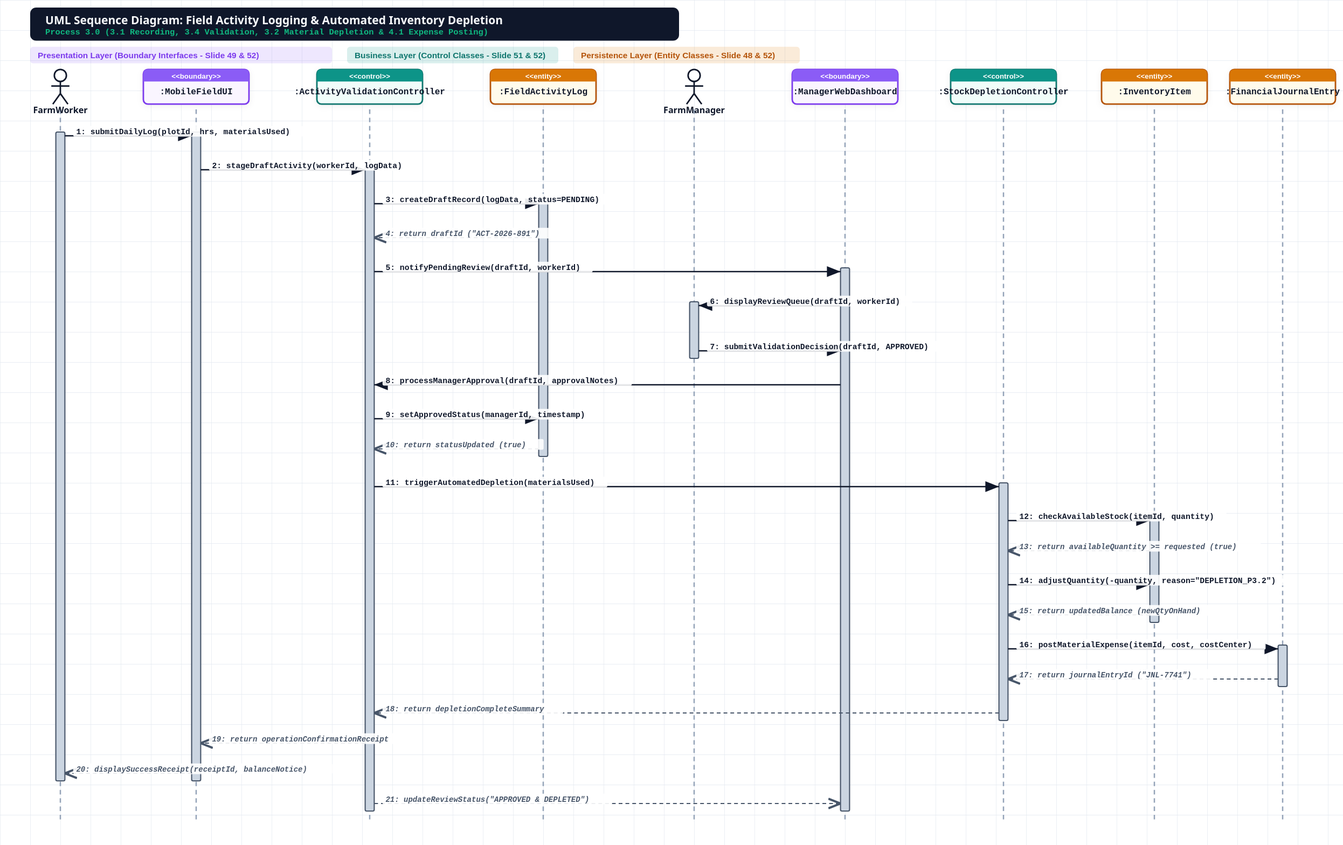
The draw.io diagram diagrams/Sequence_Diagram.svg in frhetto/Farm-Inventory-Manager, before a commit. Source tidied: cells renumbered, new cells last; positions are measured from the earlier drawing's top-left corner, leaving out a move shared by most shapes.
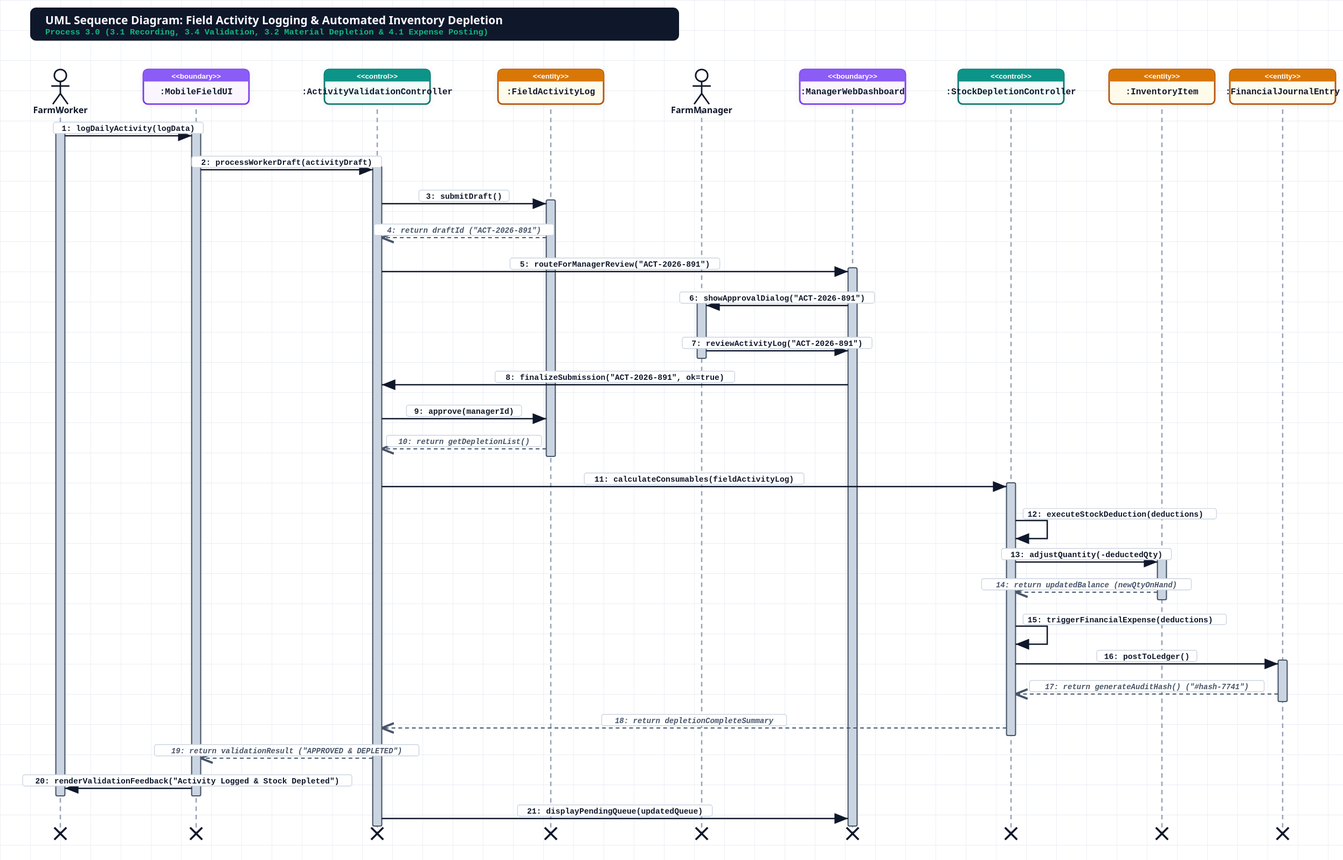
The same diagram one commit later.

Diff of the diagram source:
```diff
@@ -3,45 +3,45 @@
     <mxCell id="0" />
     <mxCell id="1" parent="0" />
     <mxCell id="2" value="FarmWorker" style="shape=umlLifeline;perimeter=lifelinePerimeter;whiteSpace=wrap;html=1;" parent="1" vertex="1">
-      <mxGeometry width="100" height="1000" as="geometry" />
+      <mxGeometry x="-10" width="100" height="1020" as="geometry" />
     </mxCell>
     <mxCell id="3" value=":MobileFieldUI" style="shape=umlLifeline;perimeter=lifelinePerimeter;whiteSpace=wrap;html=1;" parent="1" vertex="1">
-      <mxGeometry x="180" width="100" height="1000" as="geometry" />
+      <mxGeometry x="170" width="100" height="1020" as="geometry" />
     </mxCell>
     <mxCell id="4" value=":ActivityValidationController" style="shape=umlLifeline;perimeter=lifelinePerimeter;whiteSpace=wrap;html=1;" parent="1" vertex="1">
-      <mxGeometry x="410" width="100" height="1000" as="geometry" />
+      <mxGeometry x="410" width="100" height="1020" as="geometry" />
     </mxCell>
     <mxCell id="5" value=":FieldActivityLog" style="shape=umlLifeline;perimeter=lifelinePerimeter;whiteSpace=wrap;html=1;" parent="1" vertex="1">
-      <mxGeometry x="640" width="100" height="1000" as="geometry" />
+      <mxGeometry x="640" width="100" height="1020" as="geometry" />
     </mxCell>
     <mxCell id="6" value="FarmManager" style="shape=umlLifeline;perimeter=lifelinePerimeter;whiteSpace=wrap;html=1;" parent="1" vertex="1">
-      <mxGeometry x="840" width="100" height="1000" as="geometry" />
+      <mxGeometry x="840" width="100" height="1020" as="geometry" />
     </mxCell>
     <mxCell id="7" value=":ManagerWebDashboard" style="shape=umlLifeline;perimeter=lifelinePerimeter;whiteSpace=wrap;html=1;" parent="1" vertex="1">
-      <mxGeometry x="1040" width="100" height="1000" as="geometry" />
+      <mxGeometry x="1040" width="100" height="1020" as="geometry" />
     </mxCell>
     <mxCell id="8" value=":StockDepletionController" style="shape=umlLifeline;perimeter=lifelinePerimeter;whiteSpace=wrap;html=1;" parent="1" vertex="1">
-      <mxGeometry x="1250" width="100" height="1000" as="geometry" />
+      <mxGeometry x="1250" width="100" height="1020" as="geometry" />
     </mxCell>
     <mxCell id="9" value=":InventoryItem" style="shape=umlLifeline;perimeter=lifelinePerimeter;whiteSpace=wrap;html=1;" parent="1" vertex="1">
-      <mxGeometry x="1450" width="100" height="1000" as="geometry" />
+      <mxGeometry x="1450" width="100" height="1020" as="geometry" />
     </mxCell>
     <mxCell id="10" value=":FinancialJournalEntry" style="shape=umlLifeline;perimeter=lifelinePerimeter;whiteSpace=wrap;html=1;" parent="1" vertex="1">
-      <mxGeometry x="1620" width="100" height="1000" as="geometry" />
+      <mxGeometry x="1610" width="100" height="1020" as="geometry" />
     </mxCell>
-    <mxCell id="11" value="1: submitDailyLog(plotId, hrs, materialsUsed)" style="edgeStyle=orthogonalEdgeStyle;rounded=0;orthogonalLoop=1;jettySize=auto;html=1;endArrow=block;strokeWidth=2;" parent="1" edge="1">
+    <mxCell id="11" value="1: logDailyActivity(logData)" style="edgeStyle=orthogonalEdgeStyle;rounded=0;orthogonalLoop=1;jettySize=auto;html=1;endArrow=block;strokeWidth=2;" parent="1" edge="1">
       <mxGeometry relative="1" as="geometry">
-        <mxPoint x="50" y="90" as="sourcePoint" />
-        <mxPoint x="230" y="90" as="targetPoint" />
+        <mxPoint x="40" y="90" as="sourcePoint" />
+        <mxPoint x="220" y="90" as="targetPoint" />
       </mxGeometry>
     </mxCell>
-    <mxCell id="12" value="2: stageDraftActivity(workerId, logData)" style="edgeStyle=orthogonalEdgeStyle;rounded=0;orthogonalLoop=1;jettySize=auto;html=1;endArrow=block;strokeWidth=2;" parent="1" edge="1">
+    <mxCell id="12" value="2: processWorkerDraft(activityDraft)" style="edgeStyle=orthogonalEdgeStyle;rounded=0;orthogonalLoop=1;jettySize=auto;html=1;endArrow=block;strokeWidth=2;" parent="1" edge="1">
       <mxGeometry relative="1" as="geometry">
-        <mxPoint x="230" y="135" as="sourcePoint" />
+        <mxPoint x="220" y="135" as="sourcePoint" />
         <mxPoint x="460" y="135" as="targetPoint" />
       </mxGeometry>
     </mxCell>
-    <mxCell id="13" value="3: createDraftRecord(logData, status=PENDING)" style="edgeStyle=orthogonalEdgeStyle;rounded=0;orthogonalLoop=1;jettySize=auto;html=1;endArrow=block;strokeWidth=2;" parent="1" edge="1">
+    <mxCell id="13" value="3: submitDraft()" style="edgeStyle=orthogonalEdgeStyle;rounded=0;orthogonalLoop=1;jettySize=auto;html=1;endArrow=block;strokeWidth=2;" parent="1" edge="1">
       <mxGeometry relative="1" as="geometry">
         <mxPoint x="460" y="180" as="sourcePoint" />
         <mxPoint x="690" y="180" as="targetPoint" />
@@ -53,106 +53,106 @@
         <mxPoint x="460" y="225" as="targetPoint" />
       </mxGeometry>
     </mxCell>
-    <mxCell id="15" value="5: notifyPendingReview(draftId, workerId)" style="edgeStyle=orthogonalEdgeStyle;rounded=0;orthogonalLoop=1;jettySize=auto;html=1;endArrow=block;strokeWidth=2;" parent="1" edge="1">
+    <mxCell id="15" value="5: routeForManagerReview(&quot;ACT-2026-891&quot;)" style="edgeStyle=orthogonalEdgeStyle;rounded=0;orthogonalLoop=1;jettySize=auto;html=1;endArrow=block;strokeWidth=2;" parent="1" edge="1">
       <mxGeometry relative="1" as="geometry">
         <mxPoint x="460" y="270" as="sourcePoint" />
         <mxPoint x="1090" y="270" as="targetPoint" />
       </mxGeometry>
     </mxCell>
-    <mxCell id="16" value="6: displayReviewQueue(draftId, workerId)" style="edgeStyle=orthogonalEdgeStyle;rounded=0;orthogonalLoop=1;jettySize=auto;html=1;endArrow=block;strokeWidth=2;" parent="1" edge="1">
+    <mxCell id="16" value="6: showApprovalDialog(&quot;ACT-2026-891&quot;)" style="edgeStyle=orthogonalEdgeStyle;rounded=0;orthogonalLoop=1;jettySize=auto;html=1;endArrow=block;strokeWidth=2;" parent="1" edge="1">
       <mxGeometry relative="1" as="geometry">
         <mxPoint x="1090" y="315" as="sourcePoint" />
         <mxPoint x="890" y="315" as="targetPoint" />
       </mxGeometry>
     </mxCell>
-    <mxCell id="17" value="7: submitValidationDecision(draftId, APPROVED)" style="edgeStyle=orthogonalEdgeStyle;rounded=0;orthogonalLoop=1;jettySize=auto;html=1;endArrow=block;strokeWidth=2;" parent="1" edge="1">
+    <mxCell id="17" value="7: reviewActivityLog(&quot;ACT-2026-891&quot;)" style="edgeStyle=orthogonalEdgeStyle;rounded=0;orthogonalLoop=1;jettySize=auto;html=1;endArrow=block;strokeWidth=2;" parent="1" edge="1">
       <mxGeometry relative="1" as="geometry">
         <mxPoint x="890" y="375" as="sourcePoint" />
         <mxPoint x="1090" y="375" as="targetPoint" />
       </mxGeometry>
     </mxCell>
-    <mxCell id="18" value="8: processManagerApproval(draftId, approvalNotes)" style="edgeStyle=orthogonalEdgeStyle;rounded=0;orthogonalLoop=1;jettySize=auto;html=1;endArrow=block;strokeWidth=2;" parent="1" edge="1">
+    <mxCell id="18" value="8: finalizeSubmission(&quot;ACT-2026-891&quot;, ok=true)" style="edgeStyle=orthogonalEdgeStyle;rounded=0;orthogonalLoop=1;jettySize=auto;html=1;endArrow=block;strokeWidth=2;" parent="1" edge="1">
       <mxGeometry relative="1" as="geometry">
         <mxPoint x="1090" y="420" as="sourcePoint" />
         <mxPoint x="460" y="420" as="targetPoint" />
       </mxGeometry>
     </mxCell>
-    <mxCell id="19" value="9: setApprovedStatus(managerId, timestamp)" style="edgeStyle=orthogonalEdgeStyle;rounded=0;orthogonalLoop=1;jettySize=auto;html=1;endArrow=block;strokeWidth=2;" parent="1" edge="1">
+    <mxCell id="19" value="9: approve(managerId)" style="edgeStyle=orthogonalEdgeStyle;rounded=0;orthogonalLoop=1;jettySize=auto;html=1;endArrow=block;strokeWidth=2;" parent="1" edge="1">
       <mxGeometry relative="1" as="geometry">
         <mxPoint x="460" y="465" as="sourcePoint" />
         <mxPoint x="690" y="465" as="targetPoint" />
       </mxGeometry>
     </mxCell>
-    <mxCell id="20" value="10: return statusUpdated (true)" style="edgeStyle=orthogonalEdgeStyle;rounded=0;orthogonalLoop=1;jettySize=auto;html=1;endArrow=open;dashed=1;strokeWidth=1.5;" parent="1" edge="1">
+    <mxCell id="20" value="10: return getDepletionList()" style="edgeStyle=orthogonalEdgeStyle;rounded=0;orthogonalLoop=1;jettySize=auto;html=1;endArrow=open;dashed=1;strokeWidth=1.5;" parent="1" edge="1">
       <mxGeometry relative="1" as="geometry">
         <mxPoint x="690" y="505" as="sourcePoint" />
         <mxPoint x="460" y="505" as="targetPoint" />
       </mxGeometry>
     </mxCell>
-    <mxCell id="21" value="11: triggerAutomatedDepletion(materialsUsed)" style="edgeStyle=orthogonalEdgeStyle;rounded=0;orthogonalLoop=1;jettySize=auto;html=1;endArrow=block;strokeWidth=2;" parent="1" edge="1">
+    <mxCell id="21" value="11: calculateConsumables(fieldActivityLog)" style="edgeStyle=orthogonalEdgeStyle;rounded=0;orthogonalLoop=1;jettySize=auto;html=1;endArrow=block;strokeWidth=2;" parent="1" edge="1">
       <mxGeometry relative="1" as="geometry">
         <mxPoint x="460" y="555" as="sourcePoint" />
         <mxPoint x="1300" y="555" as="targetPoint" />
       </mxGeometry>
     </mxCell>
-    <mxCell id="22" value="12: checkAvailableStock(itemId, quantity)" style="edgeStyle=orthogonalEdgeStyle;rounded=0;orthogonalLoop=1;jettySize=auto;html=1;endArrow=block;strokeWidth=2;" parent="1" edge="1">
+    <mxCell id="22" value="12: executeStockDeduction(deductions)" style="edgeStyle=orthogonalEdgeStyle;rounded=0;orthogonalLoop=1;jettySize=auto;html=1;endArrow=open;dashed=1;strokeWidth=1.5;" parent="1" edge="1">
       <mxGeometry relative="1" as="geometry">
         <mxPoint x="1300" y="600" as="sourcePoint" />
-        <mxPoint x="1500" y="600" as="targetPoint" />
+        <mxPoint x="1300" y="600" as="targetPoint" />
       </mxGeometry>
     </mxCell>
-    <mxCell id="23" value="13: return availableQuantity &gt;= requested (true)" style="edgeStyle=orthogonalEdgeStyle;rounded=0;orthogonalLoop=1;jettySize=auto;html=1;endArrow=open;dashed=1;strokeWidth=1.5;" parent="1" edge="1">
+    <mxCell id="23" value="13: adjustQuantity(-deductedQty)" style="edgeStyle=orthogonalEdgeStyle;rounded=0;orthogonalLoop=1;jettySize=auto;html=1;endArrow=block;strokeWidth=2;" parent="1" edge="1">
       <mxGeometry relative="1" as="geometry">
-        <mxPoint x="1500" y="640" as="sourcePoint" />
-        <mxPoint x="1300" y="640" as="targetPoint" />
+        <mxPoint x="1300" y="655" as="sourcePoint" />
+        <mxPoint x="1500" y="655" as="targetPoint" />
       </mxGeometry>
     </mxCell>
-    <mxCell id="24" value="14: adjustQuantity(-quantity, reason=&quot;DEPLETION_P3.2&quot;)" style="edgeStyle=orthogonalEdgeStyle;rounded=0;orthogonalLoop=1;jettySize=auto;html=1;endArrow=block;strokeWidth=2;" parent="1" edge="1">
+    <mxCell id="24" value="14: return updatedBalance (newQtyOnHand)" style="edgeStyle=orthogonalEdgeStyle;rounded=0;orthogonalLoop=1;jettySize=auto;html=1;endArrow=open;dashed=1;strokeWidth=1.5;" parent="1" edge="1">
       <mxGeometry relative="1" as="geometry">
-        <mxPoint x="1300" y="685" as="sourcePoint" />
-        <mxPoint x="1500" y="685" as="targetPoint" />
+        <mxPoint x="1500" y="695" as="sourcePoint" />
+        <mxPoint x="1300" y="695" as="targetPoint" />
       </mxGeometry>
     </mxCell>
-    <mxCell id="25" value="15: return updatedBalance (newQtyOnHand)" style="edgeStyle=orthogonalEdgeStyle;rounded=0;orthogonalLoop=1;jettySize=auto;html=1;endArrow=open;dashed=1;strokeWidth=1.5;" parent="1" edge="1">
+    <mxCell id="25" value="15: triggerFinancialExpense(deductions)" style="edgeStyle=orthogonalEdgeStyle;rounded=0;orthogonalLoop=1;jettySize=auto;html=1;endArrow=open;dashed=1;strokeWidth=1.5;" parent="1" edge="1">
       <mxGeometry relative="1" as="geometry">
-        <mxPoint x="1500" y="725" as="sourcePoint" />
-        <mxPoint x="1300" y="725" as="targetPoint" />
+        <mxPoint x="1300" y="740" as="sourcePoint" />
+        <mxPoint x="1300" y="740" as="targetPoint" />
       </mxGeometry>
     </mxCell>
-    <mxCell id="26" value="16: postMaterialExpense(itemId, cost, costCenter)" style="edgeStyle=orthogonalEdgeStyle;rounded=0;orthogonalLoop=1;jettySize=auto;html=1;endArrow=block;strokeWidth=2;" parent="1" edge="1">
+    <mxCell id="26" value="16: postToLedger()" style="edgeStyle=orthogonalEdgeStyle;rounded=0;orthogonalLoop=1;jettySize=auto;html=1;endArrow=block;strokeWidth=2;" parent="1" edge="1">
       <mxGeometry relative="1" as="geometry">
-        <mxPoint x="1300" y="770" as="sourcePoint" />
-        <mxPoint x="1670" y="770" as="targetPoint" />
+        <mxPoint x="1300" y="790" as="sourcePoint" />
+        <mxPoint x="1660" y="790" as="targetPoint" />
       </mxGeometry>
     </mxCell>
-    <mxCell id="27" value="17: return journalEntryId (&quot;JNL-7741&quot;)" style="edgeStyle=orthogonalEdgeStyle;rounded=0;orthogonalLoop=1;jettySize=auto;html=1;endArrow=open;dashed=1;strokeWidth=1.5;" parent="1" edge="1">
+    <mxCell id="27" value="17: return generateAuditHash() (&quot;#hash-7741&quot;)" style="edgeStyle=orthogonalEdgeStyle;rounded=0;orthogonalLoop=1;jettySize=auto;html=1;endArrow=open;dashed=1;strokeWidth=1.5;" parent="1" edge="1">
       <mxGeometry relative="1" as="geometry">
-        <mxPoint x="1670" y="810" as="sourcePoint" />
-        <mxPoint x="1300" y="810" as="targetPoint" />
+        <mxPoint x="1660" y="830" as="sourcePoint" />
+        <mxPoint x="1300" y="830" as="targetPoint" />
       </mxGeometry>
     </mxCell>
     <mxCell id="28" value="18: return depletionCompleteSummary" style="edgeStyle=orthogonalEdgeStyle;rounded=0;orthogonalLoop=1;jettySize=auto;html=1;endArrow=open;dashed=1;strokeWidth=1.5;" parent="1" edge="1">
       <mxGeometry relative="1" as="geometry">
-        <mxPoint x="1300" y="855" as="sourcePoint" />
-        <mxPoint x="460" y="855" as="targetPoint" />
+        <mxPoint x="1300" y="875" as="sourcePoint" />
+        <mxPoint x="460" y="875" as="targetPoint" />
       </mxGeometry>
     </mxCell>
-    <mxCell id="29" value="19: return operationConfirmationReceipt" style="edgeStyle=orthogonalEdgeStyle;rounded=0;orthogonalLoop=1;jettySize=auto;html=1;endArrow=open;dashed=1;strokeWidth=1.5;" parent="1" edge="1">
+    <mxCell id="29" value="19: return validationResult (&quot;APPROVED &amp; DEPLETED&quot;)" style="edgeStyle=orthogonalEdgeStyle;rounded=0;orthogonalLoop=1;jettySize=auto;html=1;endArrow=open;dashed=1;strokeWidth=1.5;" parent="1" edge="1">
       <mxGeometry relative="1" as="geometry">
-        <mxPoint x="460" y="895" as="sourcePoint" />
-        <mxPoint x="230" y="895" as="targetPoint" />
+        <mxPoint x="460" y="915" as="sourcePoint" />
+        <mxPoint x="220" y="915" as="targetPoint" />
       </mxGeometry>
     </mxCell>
-    <mxCell id="30" value="20: displaySuccessReceipt(receiptId, balanceNotice)" style="edgeStyle=orthogonalEdgeStyle;rounded=0;orthogonalLoop=1;jettySize=auto;html=1;endArrow=open;dashed=1;strokeWidth=1.5;" parent="1" edge="1">
+    <mxCell id="30" value="20: renderValidationFeedback(&quot;Activity Logged &amp; Stock Depleted&quot;)" style="edgeStyle=orthogonalEdgeStyle;rounded=0;orthogonalLoop=1;jettySize=auto;html=1;endArrow=block;strokeWidth=2;" parent="1" edge="1">
       <mxGeometry relative="1" as="geometry">
-        <mxPoint x="230" y="935" as="sourcePoint" />
-        <mxPoint x="50" y="935" as="targetPoint" />
+        <mxPoint x="220" y="955" as="sourcePoint" />
+        <mxPoint x="40" y="955" as="targetPoint" />
       </mxGeometry>
     </mxCell>
-    <mxCell id="31" value="21: updateReviewStatus(&quot;APPROVED &amp; DEPLETED&quot;)" style="edgeStyle=orthogonalEdgeStyle;rounded=0;orthogonalLoop=1;jettySize=auto;html=1;endArrow=open;dashed=1;strokeWidth=1.5;" parent="1" edge="1">
+    <mxCell id="31" value="21: displayPendingQueue(updatedQueue)" style="edgeStyle=orthogonalEdgeStyle;rounded=0;orthogonalLoop=1;jettySize=auto;html=1;endArrow=block;strokeWidth=2;" parent="1" edge="1">
       <mxGeometry relative="1" as="geometry">
-        <mxPoint x="460" y="975" as="sourcePoint" />
-        <mxPoint x="1090" y="975" as="targetPoint" />
+        <mxPoint x="460" y="995" as="sourcePoint" />
+        <mxPoint x="1090" y="995" as="targetPoint" />
       </mxGeometry>
     </mxCell>
   </root>
```
